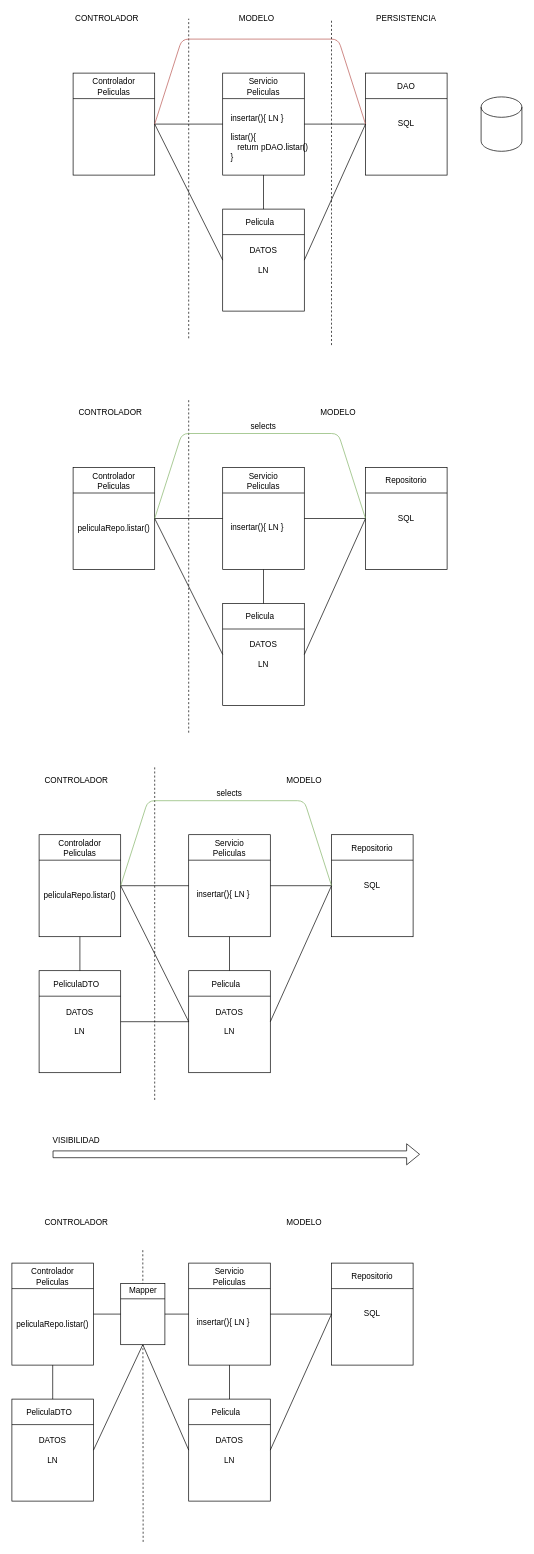
The draw.io diagram page "Página-4" (4 of 5) of webflux_mutua.drawio in lrag/WebFlux, before the edit. Source tidied: cells renumbered, new cells numbered last; positions are measured from the earlier drawing's top-left corner, leaving out a move shared by most shapes. Both pictures are drawn from the tidied source at 68%, with x=0, y=0 at pixel (12, 12).
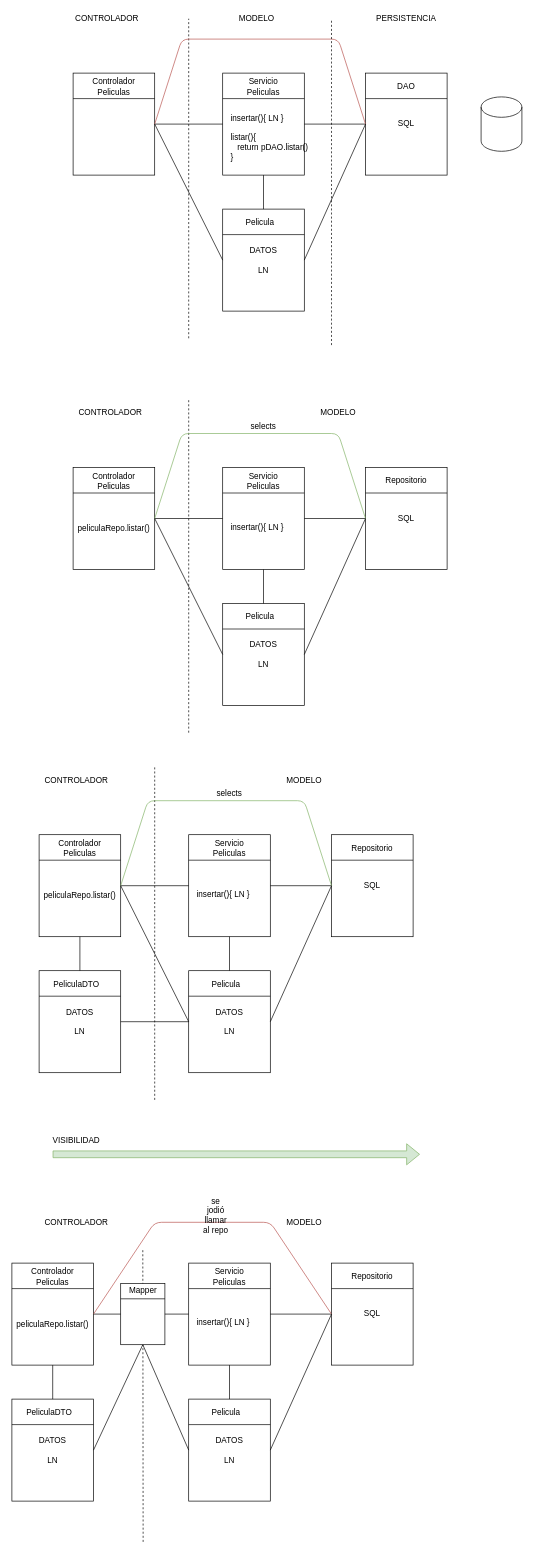
The same page after the edit.

The change refers to these unchanged cells:
```xml
<mxCell id="83" style="rounded=0;whiteSpace=wrap;html=1;" parent="1" vertex="1">
  <mxGeometry y="1840" width="120" height="150" as="geometry" />
</mxCell>
<mxCell id="95" value="SQL" style="rounded=0;whiteSpace=wrap;html=1;" parent="1" vertex="1">
  <mxGeometry x="470" y="1840" width="120" height="150" as="geometry" />
</mxCell>
```

The edit, as a diff of the source:
```diff
@@
-    <mxCell id="81" style="shape=flexArrow;endArrow=classic;html=1;" parent="1" edge="1">
+    <mxCell id="81" style="shape=flexArrow;endArrow=classic;html=1;fillColor=#d5e8d4;strokeColor=#82b366;" parent="1" edge="1">
       <mxGeometry relative="1" as="geometry">
         <mxPoint x="60" y="1680" as="sourcePoint" />
         <mxPoint x="600" y="1680" as="targetPoint" />
       </mxGeometry>
     </mxCell>
@@
+    <mxCell id="112" style="endArrow=none;html=1;exitX=1;exitY=0.5;exitDx=0;exitDy=0;entryX=0;entryY=0.5;entryDx=0;entryDy=0;fillColor=#f8cecc;strokeColor=#b85450;" parent="1" edge="1" source="83" target="95">
+      <mxGeometry relative="1" as="geometry">
+        <Array as="points">
+          <mxPoint x="210" y="1780" />
+          <mxPoint x="380" y="1780" />
+        </Array>
+      </mxGeometry>
+    </mxCell>
+    <mxCell id="113" value="se jodió llamar&lt;br&gt;al repo" style="text;html=1;strokeColor=none;fillColor=none;align=center;verticalAlign=middle;whiteSpace=wrap;rounded=0;" parent="1" vertex="1">
+      <mxGeometry x="280" y="1760" width="40" height="20" as="geometry" />
+    </mxCell>
```
